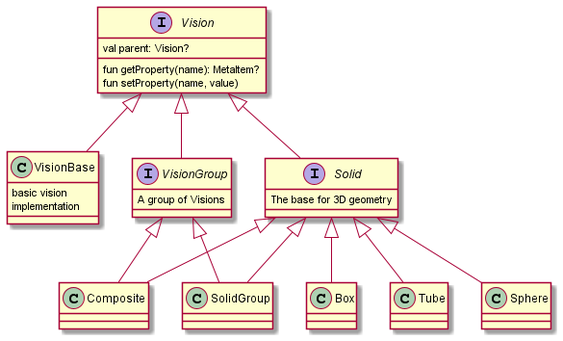
Earlier version of the PlantUML export docs/images/hierarchy.png (SciProgCentre/visionforge). Source of this version:
```plantuml
@startuml

interface Vision{
    val parent: Vision?
    fun getProperty(name): MetaItem?
    fun setProperty(name, value)

}

class VisionBase{
    basic vision
    implementation
}
Vision <|-- VisionBase

interface VisionGroup{
    A group of Visions
}
Vision <|-- VisionGroup

interface Solid{
    The base for 3D geometry
}

Vision <|-- Solid

class SolidGroup

Solid <|-- SolidGroup
VisionGroup <|-- SolidGroup

class Composite
Solid <|-- Composite
VisionGroup <|-- Composite

class Box
Solid <|-- Box

class Tube
Solid <|-- Tube

class Sphere
Solid <|-- Sphere

@enduml
```
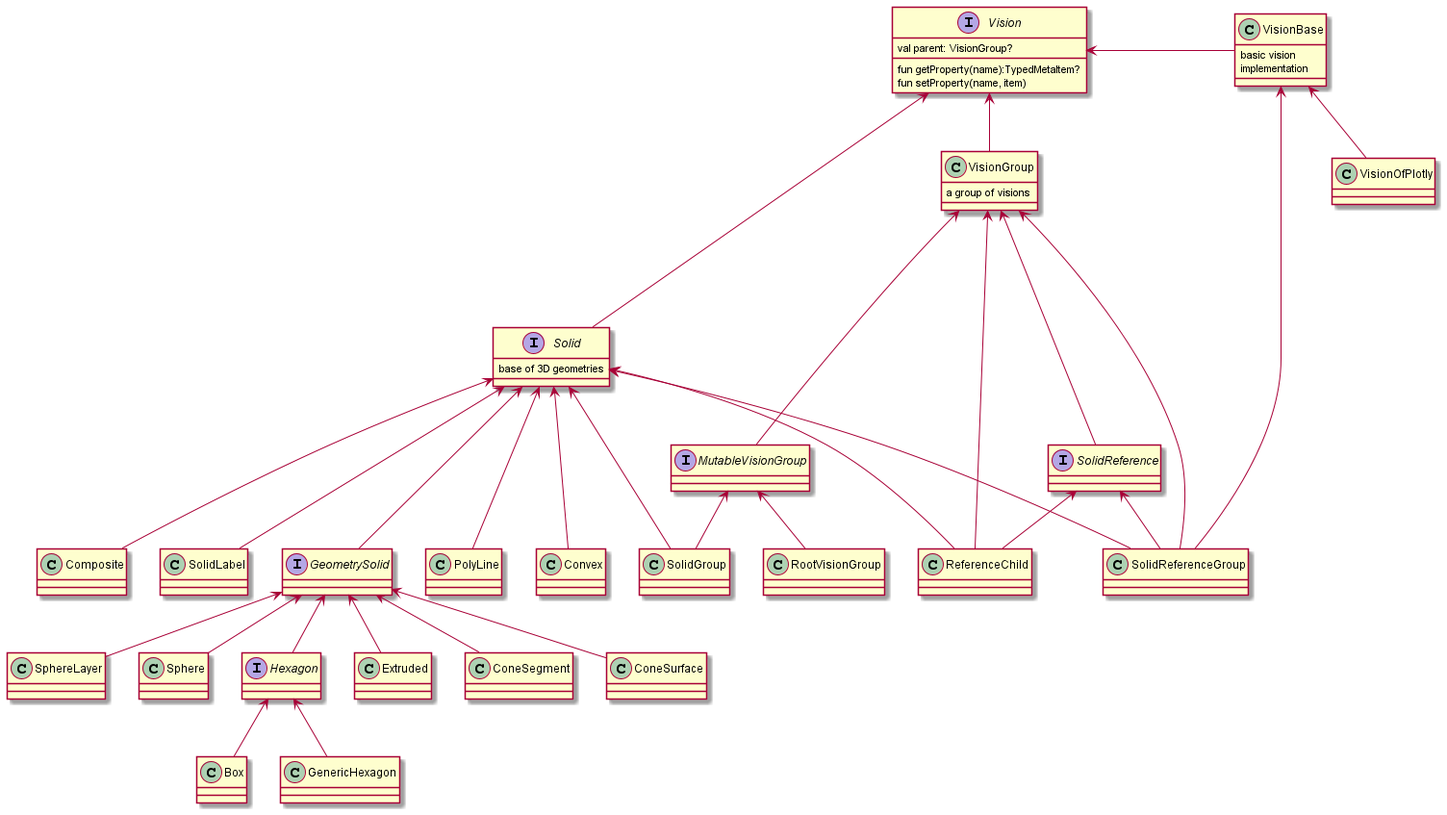
After the change.

Change to the diagram source:
```diff
@@ -1,45 +1,98 @@
 @startuml
+interface Vision{
+    val parent: VisionGroup?
+    fun getProperty(name):TypedMetaItem?
+    fun setProperty(name, item)
+}
 
-interface Vision{
-    val parent: Vision?
-    fun getProperty(name): MetaItem?
-    fun setProperty(name, value)
+interface Solid{
+    base of 3D geometries
+}
+Vision <- Solid
 
+class VisionGroup{
+    a group of visions
 }
+Vision <-- VisionGroup
 
 class VisionBase{
     basic vision
     implementation
 }
-Vision <|-- VisionBase
+Vision <- VisionBase
 
-interface VisionGroup{
-    A group of Visions
-}
-Vision <|-- VisionGroup
 
-interface Solid{
-    The base for 3D geometry
-}
-
-Vision <|-- Solid
+class SolidLabel
+Solid <--- SolidLabel
 
 class SolidGroup
+Solid <--- SolidGroup
+MutableVisionGroup <-- SolidGroup
 
-Solid <|-- SolidGroup
-VisionGroup <|-- SolidGroup
+
+class SphereLayer
+GeometrySolid <-- SphereLayer
+
+class Sphere
+GeometrySolid <-- Sphere
+
+class Box
+Hexagon <-- Box
+
+class GenericHexagon
+Hexagon <-- GenericHexagon
+
+class Extruded
+GeometrySolid <-- Extruded
+
+
+class PolyLine
+Solid <--- PolyLine
+
+interface GeometrySolid
+Solid <--- GeometrySolid
+
+
+interface Hexagon
+GeometrySolid <-- Hexagon
+
+class ConeSegment
+GeometrySolid <-- ConeSegment
+
+class ConeSurface
+GeometrySolid <-- ConeSurface
+
+
+class Convex
+Solid <--- Convex
 
 class Composite
-Solid <|-- Composite
-VisionGroup <|-- Composite
+Solid <--- Composite
 
-class Box
-Solid <|-- Box
 
-class Tube
-Solid <|-- Tube
+interface SolidReference
+VisionGroup <---- SolidReference
 
-class Sphere
-Solid <|-- Sphere
+interface MutableVisionGroup
+VisionGroup <---- MutableVisionGroup
 
+class SolidReferenceGroup
+VisionGroup <-- SolidReferenceGroup
+Solid <-- SolidReferenceGroup
+VisionBase <-- SolidReferenceGroup
+SolidReference <-- SolidReferenceGroup
+
+class ReferenceChild
+VisionGroup <-- ReferenceChild
+Solid <-- ReferenceChild
+SolidReference <-- ReferenceChild
+
+
+
+class RootVisionGroup
+MutableVisionGroup <-- RootVisionGroup
+
+
+class VisionOfPlotly
+VisionBase <-- VisionOfPlotly
 @enduml
```
